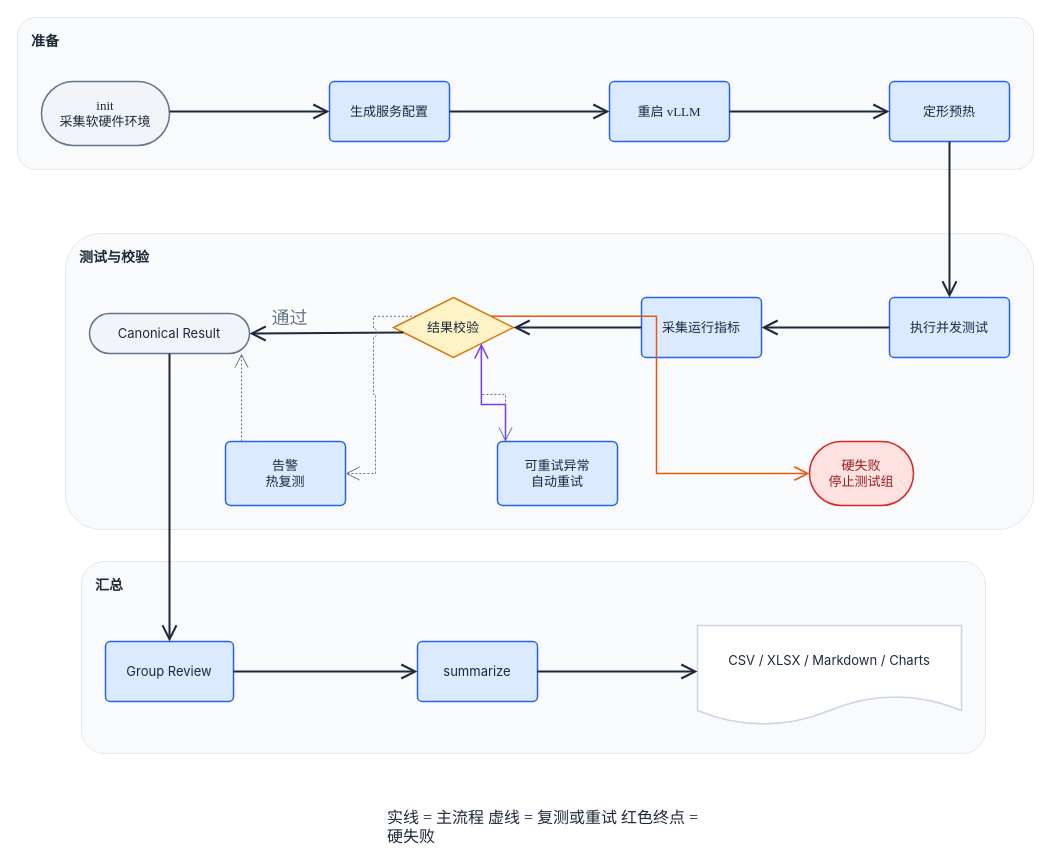
Above: docs/architecture.drawio in ash934141435/vllm-ascend-performance-lab (draw.io), before the change. Source tidied: cells renumbered, new cells numbered last; positions are measured from the earlier drawing's top-left corner, leaving out a move shared by most shapes. Both pictures are drawn from the tidied source at 100%, with x=0, y=0 at pixel (17, 17).
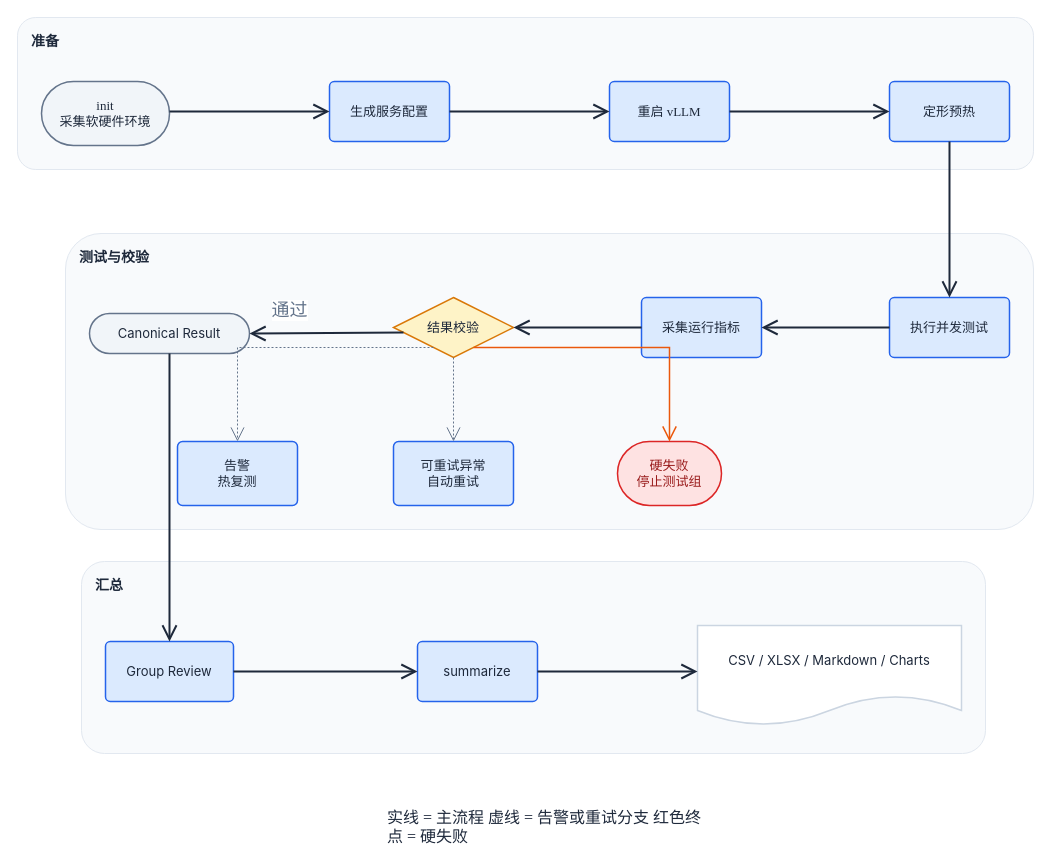
After the change.

Commit message (it also covers changes not shown here):
Redesign architecture diagram routing

Unchanged cells that the change refers to:
```xml
<mxCell id="3" value="测试与校验" style="rounded=1;arcSize=12;html=1;whiteSpace=wrap;fillColor=#F8FAFC;strokeColor=#E2E8F0;strokeWidth=1;fontColor=#1E293B;fontSize=14;fontFamily=Times New Roman,SimSun;fontStyle=1;verticalAlign=top;align=left;spacingLeft=12;spacingTop=10;" parent="1" vertex="1">
  <mxGeometry x="48" y="216" width="968" height="296" as="geometry" />
</mxCell>
<mxCell id="11" value="结果校验" style="rhombus;html=1;whiteSpace=wrap;fillColor=#FEF3C7;strokeColor=#D97706;strokeWidth=1.5;fontColor=#1E293B;fontSize=13;fontFamily=Times New Roman,SimSun;verticalAlign=middle;align=center;" parent="3" vertex="1">
  <mxGeometry x="328" y="64" width="120" height="60" as="geometry" />
</mxCell>
<mxCell id="12" value="Canonical Result" style="rounded=1;arcSize=50;html=1;whiteSpace=wrap;fillColor=#F1F5F9;strokeColor=#64748B;strokeWidth=1.5;fontColor=#1E293B;fontSize=13;fontFamily=Inter, Roboto, system-ui, -apple-system, sans-serif;verticalAlign=middle;align=center;" parent="3" vertex="1">
  <mxGeometry x="24" y="80" width="160" height="40" as="geometry" />
</mxCell>
<mxCell id="16" value="Group Review" style="rounded=1;arcSize=8;html=1;whiteSpace=wrap;fillColor=#DBEAFE;strokeColor=#2563EB;strokeWidth=1.5;fontColor=#1E293B;fontSize=13;fontFamily=Inter, Roboto, system-ui, -apple-system, sans-serif;verticalAlign=middle;align=center;" parent="4" vertex="1">
  <mxGeometry x="24" y="80" width="128" height="60" as="geometry" />
</mxCell>
<mxCell id="17" value="summarize" style="rounded=1;arcSize=8;html=1;whiteSpace=wrap;fillColor=#DBEAFE;strokeColor=#2563EB;strokeWidth=1.5;fontColor=#1E293B;fontSize=13;fontFamily=Inter, Roboto, system-ui, -apple-system, sans-serif;verticalAlign=middle;align=center;" parent="4" vertex="1">
  <mxGeometry x="336" y="80" width="120" height="60" as="geometry" />
</mxCell>
<mxCell id="18" value="CSV / XLSX / Markdown / Charts" style="shape=document;boundedLbl=1;html=1;whiteSpace=wrap;fillColor=#FFFFFF;strokeColor=#CBD5E1;strokeWidth=1.5;fontColor=#1E293B;fontSize=13;fontFamily=Inter, Roboto, system-ui, -apple-system, sans-serif;verticalAlign=middle;align=center;" parent="4" vertex="1">
  <mxGeometry x="616" y="64" width="264" height="100" as="geometry" />
</mxCell>
<mxCell id="26" style="edgeStyle=orthogonalEdgeStyle;rounded=0;jettySize=auto;html=1;strokeColor=#1E293B;strokeWidth=2;endArrow=open;endFill=0;endSize=12;exitX=0;exitY=0.6;exitDx=0;exitDy=0;entryX=1;entryY=0.5;entryDx=0;entryDy=0;jumpStyle=arc;jumpSize=8;" parent="1" edge="1" source="11" target="12">
  <mxGeometry relative="1" as="geometry" />
</mxCell>
```

The edit, as a diff of the source:
```diff
@@
     <mxCell id="13" value="告警&lt;br&gt;热复测" style="rounded=1;arcSize=8;html=1;whiteSpace=wrap;fillColor=#DBEAFE;strokeColor=#2563EB;strokeWidth=1.5;fontColor=#1E293B;fontSize=13;fontFamily=Times New Roman,SimSun;verticalAlign=middle;align=center;" parent="3" vertex="1">
-      <mxGeometry x="160" y="208" width="120" height="64" as="geometry" />
+      <mxGeometry x="112" y="208" width="120" height="64" as="geometry" />
     </mxCell>
     <mxCell id="14" value="可重试异常&lt;br&gt;自动重试" style="rounded=1;arcSize=8;html=1;whiteSpace=wrap;fillColor=#DBEAFE;strokeColor=#2563EB;strokeWidth=1.5;fontColor=#1E293B;fontSize=13;fontFamily=Times New Roman,SimSun;verticalAlign=middle;align=center;" parent="3" vertex="1">
-      <mxGeometry x="432" y="208" width="120" height="64" as="geometry" />
+      <mxGeometry x="328" y="208" width="120" height="64" as="geometry" />
     </mxCell>
     <mxCell id="15" value="硬失败&lt;br&gt;停止测试组" style="rounded=1;arcSize=50;html=1;whiteSpace=wrap;fillColor=#FEE2E2;strokeColor=#DC2626;strokeWidth=1.5;fontColor=#991B1B;fontSize=13;fontFamily=Times New Roman,SimSun;verticalAlign=middle;align=center;" parent="3" vertex="1">
-      <mxGeometry x="744" y="208" width="104" height="64" as="geometry" />
+      <mxGeometry x="552" y="208" width="104" height="64" as="geometry" />
     </mxCell>
@@
-    <mxCell id="19" value="实线 = 主流程    虚线 = 复测或重试    红色终点 = 硬失败" style="text;html=1;whiteSpace=wrap;labelBackgroundColor=none;fillColor=none;strokeColor=none;strokeWidth=0;fontColor=#1E293B;fontSize=16;fontFamily=Times New Roman,SimSun;align=left;verticalAlign=top;" parent="1" vertex="1">
+    <mxCell id="19" value="实线 = 主流程    虚线 = 告警或重试分支    红色终点 = 硬失败" style="text;html=1;whiteSpace=wrap;labelBackgroundColor=none;fillColor=none;strokeColor=none;strokeWidth=0;fontColor=#1E293B;fontSize=16;fontFamily=Times New Roman,SimSun;align=left;verticalAlign=top;" parent="1" vertex="1">
       <mxGeometry x="368" y="784" width="320" height="35" as="geometry" />
     </mxCell>
@@
     <mxCell id="27" value="通过" style="edgeLabel;html=1;align=center;verticalAlign=middle;fontSize=18;fontColor=#64748B;fontFamily=Times New Roman,SimSun;" parent="26" vertex="1">
       <mxGeometry x="0.5" relative="1" as="geometry">
-        <mxPoint y="-16" as="offset" />
+        <mxPoint y="-24" as="offset" />
       </mxGeometry>
     </mxCell>
-    <mxCell id="28" style="edgeStyle=orthogonalEdgeStyle;rounded=0;jettySize=auto;html=1;strokeColor=#64748B;strokeWidth=1;endArrow=open;endFill=0;endSize=12;exitX=0;exitY=0.2;exitDx=0;exitDy=0;entryX=1;entryY=0.5;entryDx=0;entryDy=0;dashed=1;dashPattern=2 2;jumpStyle=arc;jumpSize=8;" parent="1" edge="1" source="11" target="13">
+    <mxCell id="28" style="edgeStyle=orthogonalEdgeStyle;rounded=0;jettySize=auto;html=1;strokeColor=#64748B;strokeWidth=1;endArrow=open;endFill=0;endSize=12;exitX=0.25;exitY=1;exitDx=0;exitDy=0;entryX=0.5;entryY=0;entryDx=0;entryDy=0;dashed=1;dashPattern=2 2;jumpStyle=arc;jumpSize=8;" parent="1" edge="1" source="11" target="13">
       <mxGeometry relative="1" as="geometry" />
     </mxCell>
-    <mxCell id="29" style="edgeStyle=orthogonalEdgeStyle;rounded=0;jettySize=auto;html=1;strokeColor=#64748B;strokeWidth=1;endArrow=open;endFill=0;endSize=12;exitX=0.1333;exitY=0;exitDx=0;exitDy=0;entryX=0.95;entryY=1;entryDx=0;entryDy=0;dashed=1;dashPattern=2 2;jumpStyle=arc;jumpSize=8;" parent="1" edge="1" source="13" target="12">
+    <mxCell id="29" style="edgeStyle=orthogonalEdgeStyle;rounded=0;jettySize=auto;html=1;strokeColor=#64748B;strokeWidth=1;endArrow=open;endFill=0;endSize=12;exitX=0.5;exitY=1;exitDx=0;exitDy=0;entryX=0.5;entryY=0;entryDx=0;entryDy=0;dashed=1;dashPattern=2 2;jumpStyle=arc;jumpSize=8;" parent="1" edge="1" source="11" target="14">
       <mxGeometry relative="1" as="geometry" />
     </mxCell>
-    <mxCell id="30" style="edgeStyle=orthogonalEdgeStyle;rounded=0;jettySize=auto;html=1;strokeColor=#64748B;strokeWidth=1;endArrow=open;endFill=0;endSize=12;exitX=0.9333;exitY=1;exitDx=0;exitDy=0;entryX=0.0667;entryY=0;entryDx=0;entryDy=0;dashed=1;dashPattern=2 2;jumpStyle=arc;jumpSize=8;" parent="1" edge="1" source="11" target="14">
+    <mxCell id="30" style="edgeStyle=orthogonalEdgeStyle;rounded=0;jettySize=auto;html=1;strokeColor=#EA580C;strokeWidth=1.5;endArrow=open;endFill=0;endSize=12;exitX=0.75;exitY=1;exitDx=0;exitDy=0;entryX=0.5;entryY=0;entryDx=0;entryDy=0;jumpStyle=arc;jumpSize=8;" parent="1" edge="1" source="11" target="15">
       <mxGeometry relative="1" as="geometry" />
     </mxCell>
-    <mxCell id="31" style="edgeStyle=orthogonalEdgeStyle;rounded=0;jettySize=auto;html=1;strokeColor=#7C3AED;strokeWidth=1.5;endArrow=open;endFill=0;endSize=12;exitX=0.0667;exitY=0;exitDx=0;exitDy=0;entryX=0.9333;entryY=1;entryDx=0;entryDy=0;jumpStyle=arc;jumpSize=8;" parent="1" edge="1" source="14" target="11">
+    <mxCell id="31" style="edgeStyle=orthogonalEdgeStyle;rounded=0;jettySize=auto;html=1;strokeColor=#1E293B;strokeWidth=2;endArrow=open;endFill=0;endSize=12;exitX=0.5;exitY=1;exitDx=0;exitDy=0;entryX=0.5;entryY=0;entryDx=0;entryDy=0;jumpStyle=arc;jumpSize=8;" parent="1" edge="1" source="12" target="16">
       <mxGeometry relative="1" as="geometry" />
     </mxCell>
-    <mxCell id="32" style="edgeStyle=orthogonalEdgeStyle;rounded=0;jettySize=auto;html=1;strokeColor=#EA580C;strokeWidth=1.5;endArrow=open;endFill=0;endSize=12;exitX=1;exitY=0.2;exitDx=0;exitDy=0;entryX=0;entryY=0.5;entryDx=0;entryDy=0;jumpStyle=arc;jumpSize=8;" parent="1" edge="1" source="11" target="15">
+    <mxCell id="32" style="edgeStyle=orthogonalEdgeStyle;rounded=0;jettySize=auto;html=1;strokeColor=#1E293B;strokeWidth=2;endArrow=open;endFill=0;endSize=12;exitX=1;exitY=0.5;exitDx=0;exitDy=0;entryX=0;entryY=0.5;entryDx=0;entryDy=0;jumpStyle=arc;jumpSize=8;" parent="1" edge="1" source="16" target="17">
       <mxGeometry relative="1" as="geometry" />
     </mxCell>
-    <mxCell id="33" style="edgeStyle=orthogonalEdgeStyle;rounded=0;jettySize=auto;html=1;strokeColor=#1E293B;strokeWidth=2;endArrow=open;endFill=0;endSize=12;exitX=0.5;exitY=1;exitDx=0;exitDy=0;entryX=0.5;entryY=0;entryDx=0;entryDy=0;jumpStyle=arc;jumpSize=8;" parent="1" edge="1" source="12" target="16">
+    <mxCell id="33" style="edgeStyle=orthogonalEdgeStyle;rounded=0;jettySize=auto;html=1;strokeColor=#1E293B;strokeWidth=2;endArrow=open;endFill=0;endSize=12;exitX=1;exitY=0.5;exitDx=0;exitDy=0;entryX=0;entryY=0.46;entryDx=0;entryDy=0;jumpStyle=arc;jumpSize=8;" parent="1" edge="1" source="17" target="18">
       <mxGeometry relative="1" as="geometry" />
     </mxCell>
-    <mxCell id="34" style="edgeStyle=orthogonalEdgeStyle;rounded=0;jettySize=auto;html=1;strokeColor=#1E293B;strokeWidth=2;endArrow=open;endFill=0;endSize=12;exitX=1;exitY=0.5;exitDx=0;exitDy=0;entryX=0;entryY=0.5;entryDx=0;entryDy=0;jumpStyle=arc;jumpSize=8;" parent="1" edge="1" source="16" target="17">
-      <mxGeometry relative="1" as="geometry" />
-    </mxCell>
-    <mxCell id="35" style="edgeStyle=orthogonalEdgeStyle;rounded=0;jettySize=auto;html=1;strokeColor=#1E293B;strokeWidth=2;endArrow=open;endFill=0;endSize=12;exitX=1;exitY=0.5;exitDx=0;exitDy=0;entryX=0;entryY=0.46;entryDx=0;entryDy=0;jumpStyle=arc;jumpSize=8;" parent="1" edge="1" source="17" target="18">
-      <mxGeometry relative="1" as="geometry" />
-    </mxCell>
```
